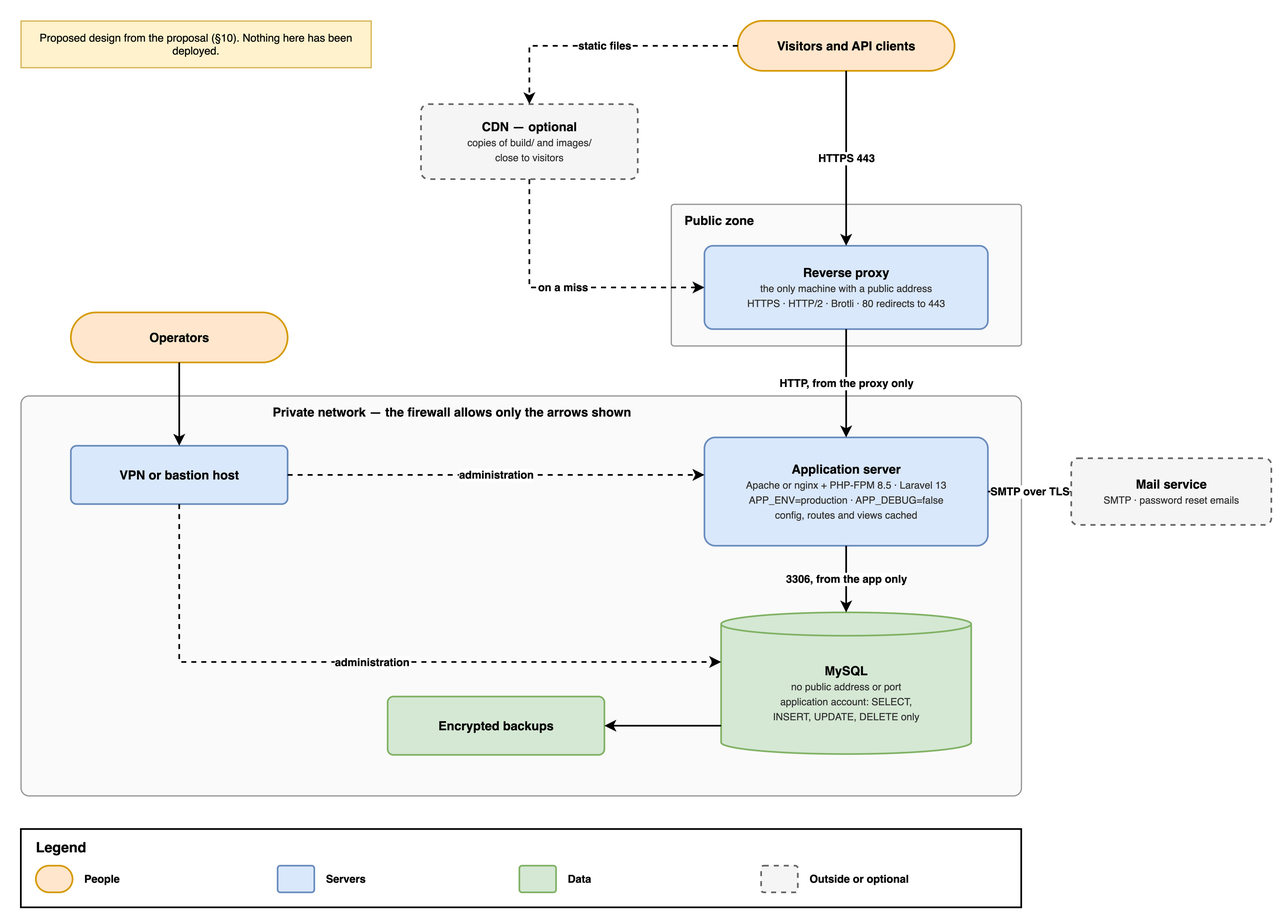
richardgong1987/CSCK543-end-assignment keeps this draw.io diagram as docs/images/architecture/7-production-deployment.png. Above is the earlier version. Source tidied: cells renumbered, new cells last; positions are measured from the earlier drawing's top-left corner, leaving out a move shared by most shapes. Its diagram source:
```xml
<mxGraphModel>
  <root>
    <mxCell id="0" />
    <mxCell id="1" parent="0" />
    <mxCell id="2" value="Proposed design from the proposal (§10). Nothing here has been deployed." style="rounded=0;whiteSpace=wrap;html=1;strokeWidth=1.5;fontSize=13;fontFamily=Helvetica;fillColor=#fff2cc;strokeColor=#d6b656;" parent="1" vertex="1">
      <mxGeometry width="420" height="56" as="geometry" />
    </mxCell>
    <mxCell id="3" value="Public zone" style="rounded=1;arcSize=2;whiteSpace=wrap;html=1;strokeWidth=1.5;fillColor=#fafafa;strokeColor=#999999;verticalAlign=top;align=left;spacingLeft=14;spacingTop=4;fontSize=15;fontStyle=1;fontFamily=Helvetica;" parent="1" vertex="1">
      <mxGeometry x="780" y="220" width="420" height="170" as="geometry" />
    </mxCell>
    <mxCell id="4" value="Private network — the firewall allows only the arrows shown" style="rounded=1;arcSize=2;whiteSpace=wrap;html=1;strokeWidth=1.5;fillColor=#fafafa;strokeColor=#999999;verticalAlign=top;align=left;spacingLeft=14;spacingTop=4;fontSize=15;fontStyle=1;fontFamily=Helvetica;spacingLeft=300;" parent="1" vertex="1">
      <mxGeometry y="450" width="1200" height="480" as="geometry" />
    </mxCell>
    <mxCell id="5" value="&lt;b&gt;Visitors and API clients&lt;/b&gt;" style="rounded=1;arcSize=50;whiteSpace=wrap;html=1;strokeWidth=2;fontSize=15;fontFamily=Helvetica;fillColor=#ffe6cc;strokeColor=#d79b00;" parent="1" vertex="1">
      <mxGeometry x="860" width="260" height="60" as="geometry" />
    </mxCell>
    <mxCell id="6" value="&lt;b&gt;CDN — optional&lt;/b&gt;&lt;br&gt;&lt;span style=&quot;font-size:12px;color:#333333&quot;&gt;copies of build/ and images/&lt;/span&gt;&lt;br&gt;&lt;span style=&quot;font-size:12px;color:#333333&quot;&gt;close to visitors&lt;/span&gt;" style="rounded=1;arcSize=10;whiteSpace=wrap;html=1;strokeWidth=2;fontSize=15;fontFamily=Helvetica;fillColor=#f5f5f5;strokeColor=#666666;dashed=1;" parent="1" vertex="1">
      <mxGeometry x="480" y="100" width="260" height="90" as="geometry" />
    </mxCell>
    <mxCell id="7" value="&lt;b&gt;Reverse proxy&lt;/b&gt;&lt;br&gt;&lt;span style=&quot;font-size:12px;color:#333333&quot;&gt;the only machine with a public address&lt;/span&gt;&lt;br&gt;&lt;span style=&quot;font-size:12px;color:#333333&quot;&gt;HTTPS · HTTP/2 · Brotli · 80 redirects to 443&lt;/span&gt;" style="rounded=1;arcSize=10;whiteSpace=wrap;html=1;strokeWidth=2;fontSize=15;fontFamily=Helvetica;fillColor=#dae8fc;strokeColor=#6c8ebf;" parent="1" vertex="1">
      <mxGeometry x="820" y="270" width="340" height="100" as="geometry" />
    </mxCell>
    <mxCell id="8" value="&lt;b&gt;Operators&lt;/b&gt;" style="rounded=1;arcSize=50;whiteSpace=wrap;html=1;strokeWidth=2;fontSize=15;fontFamily=Helvetica;fillColor=#ffe6cc;strokeColor=#d79b00;" parent="1" vertex="1">
      <mxGeometry x="60" y="350" width="260" height="60" as="geometry" />
    </mxCell>
    <mxCell id="9" value="&lt;b&gt;VPN or bastion host&lt;/b&gt;" style="rounded=1;arcSize=10;whiteSpace=wrap;html=1;strokeWidth=2;fontSize=15;fontFamily=Helvetica;fillColor=#dae8fc;strokeColor=#6c8ebf;" parent="1" vertex="1">
      <mxGeometry x="60" y="510" width="260" height="70" as="geometry" />
    </mxCell>
    <mxCell id="10" value="&lt;b&gt;Application server&lt;/b&gt;&lt;br&gt;&lt;span style=&quot;font-size:12px;color:#333333&quot;&gt;Apache or nginx + PHP-FPM 8.5 · Laravel 13&lt;/span&gt;&lt;br&gt;&lt;span style=&quot;font-size:12px;color:#333333&quot;&gt;APP_ENV=production · APP_DEBUG=false&lt;/span&gt;&lt;br&gt;&lt;span style=&quot;font-size:12px;color:#333333&quot;&gt;config, routes and views cached&lt;/span&gt;" style="rounded=1;arcSize=10;whiteSpace=wrap;html=1;strokeWidth=2;fontSize=15;fontFamily=Helvetica;fillColor=#dae8fc;strokeColor=#6c8ebf;" parent="1" vertex="1">
      <mxGeometry x="820" y="500" width="340" height="130" as="geometry" />
    </mxCell>
    <mxCell id="11" value="&lt;b&gt;MySQL&lt;/b&gt;&lt;br&gt;&lt;span style=&quot;font-size:12px;color:#333333&quot;&gt;no public address or port&lt;/span&gt;&lt;br&gt;&lt;span style=&quot;font-size:12px;color:#333333&quot;&gt;application account: SELECT,&lt;/span&gt;&lt;br&gt;&lt;span style=&quot;font-size:12px;color:#333333&quot;&gt;INSERT, UPDATE, DELETE only&lt;/span&gt;" style="shape=cylinder3;boundedLbl=1;backgroundOutline=1;size=14;whiteSpace=wrap;html=1;strokeWidth=2;fontSize=15;fontFamily=Helvetica;fillColor=#d5e8d4;strokeColor=#82b366;" parent="1" vertex="1">
      <mxGeometry x="840" y="710" width="300" height="170" as="geometry" />
    </mxCell>
    <mxCell id="12" value="&lt;b&gt;Encrypted backups&lt;/b&gt;" style="rounded=1;arcSize=10;whiteSpace=wrap;html=1;strokeWidth=2;fontSize=15;fontFamily=Helvetica;fillColor=#d5e8d4;strokeColor=#82b366;" parent="1" vertex="1">
      <mxGeometry x="440" y="811" width="260" height="70" as="geometry" />
    </mxCell>
    <mxCell id="13" value="&lt;b&gt;Mail service&lt;/b&gt;&lt;br&gt;&lt;span style=&quot;font-size:12px;color:#333333&quot;&gt;SMTP · password reset emails&lt;/span&gt;" style="rounded=1;arcSize=10;whiteSpace=wrap;html=1;strokeWidth=2;fontSize=15;fontFamily=Helvetica;fillColor=#f5f5f5;strokeColor=#666666;dashed=1;" parent="1" vertex="1">
      <mxGeometry x="1260" y="525" width="240" height="80" as="geometry" />
    </mxCell>
    <mxCell id="14" value="HTTPS 443" style="edgeStyle=orthogonalEdgeStyle;rounded=0;html=1;endArrow=classic;endFill=1;endSize=8;strokeWidth=2;fontStyle=1;fontSize=13;labelBackgroundColor=#ffffff;fontFamily=Helvetica;exitX=0.5;exitY=1;entryX=0.5;entryY=0;" parent="1" edge="1" source="5" target="7">
      <mxGeometry relative="1" as="geometry" />
    </mxCell>
    <mxCell id="15" value="static files" style="edgeStyle=orthogonalEdgeStyle;rounded=0;html=1;endArrow=classic;endFill=1;endSize=8;strokeWidth=2;fontStyle=1;fontSize=13;labelBackgroundColor=#ffffff;fontFamily=Helvetica;dashed=1;exitX=0;exitY=0.5;entryX=0.5;entryY=0;" parent="1" edge="1" source="5" target="6">
      <mxGeometry relative="1" as="geometry">
        <Array as="points">
          <mxPoint x="610" y="30" />
        </Array>
      </mxGeometry>
    </mxCell>
    <mxCell id="16" value="on a miss" style="edgeStyle=orthogonalEdgeStyle;rounded=0;html=1;endArrow=classic;endFill=1;endSize=8;strokeWidth=2;fontStyle=1;fontSize=13;labelBackgroundColor=#ffffff;fontFamily=Helvetica;dashed=1;exitX=0.5;exitY=1;entryX=0;entryY=0.5;" parent="1" edge="1" source="6" target="7">
      <mxGeometry relative="1" as="geometry">
        <Array as="points">
          <mxPoint x="610" y="320" />
        </Array>
      </mxGeometry>
    </mxCell>
    <mxCell id="17" value="HTTP, from the proxy only" style="edgeStyle=orthogonalEdgeStyle;rounded=0;html=1;endArrow=classic;endFill=1;endSize=8;strokeWidth=2;fontStyle=1;fontSize=13;labelBackgroundColor=#ffffff;fontFamily=Helvetica;exitX=0.5;exitY=1;entryX=0.5;entryY=0;" parent="1" edge="1" source="7" target="10">
      <mxGeometry relative="1" as="geometry" />
    </mxCell>
    <mxCell id="18" value="3306, from the app only" style="edgeStyle=orthogonalEdgeStyle;rounded=0;html=1;endArrow=classic;endFill=1;endSize=8;strokeWidth=2;fontStyle=1;fontSize=13;labelBackgroundColor=#ffffff;fontFamily=Helvetica;exitX=0.5;exitY=1;entryX=0.5;entryY=0;" parent="1" edge="1" source="10" target="11">
      <mxGeometry relative="1" as="geometry" />
    </mxCell>
    <mxCell id="19" style="edgeStyle=orthogonalEdgeStyle;rounded=0;html=1;endArrow=classic;endFill=1;endSize=8;strokeWidth=2;fontStyle=1;fontSize=13;labelBackgroundColor=#ffffff;fontFamily=Helvetica;exitX=0;exitY=0.8;entryX=1;entryY=0.5;" parent="1" edge="1" source="11" target="12">
      <mxGeometry relative="1" as="geometry" />
    </mxCell>
    <mxCell id="20" value="SMTP over TLS" style="edgeStyle=orthogonalEdgeStyle;rounded=0;html=1;endArrow=classic;endFill=1;endSize=8;strokeWidth=2;fontStyle=1;fontSize=13;labelBackgroundColor=#ffffff;fontFamily=Helvetica;exitX=1;exitY=0.5;entryX=0;entryY=0.5;" parent="1" edge="1" source="10" target="13">
      <mxGeometry relative="1" as="geometry" />
    </mxCell>
    <mxCell id="21" style="edgeStyle=orthogonalEdgeStyle;rounded=0;html=1;endArrow=classic;endFill=1;endSize=8;strokeWidth=2;fontStyle=1;fontSize=13;labelBackgroundColor=#ffffff;fontFamily=Helvetica;exitX=0.5;exitY=1;entryX=0.5;entryY=0;" parent="1" edge="1" source="8" target="9">
      <mxGeometry relative="1" as="geometry" />
    </mxCell>
    <mxCell id="22" value="administration" style="edgeStyle=orthogonalEdgeStyle;rounded=0;html=1;endArrow=classic;endFill=1;endSize=8;strokeWidth=2;fontStyle=1;fontSize=13;labelBackgroundColor=#ffffff;fontFamily=Helvetica;dashed=1;exitX=1;exitY=0.5;entryX=0;entryY=0.346;" parent="1" edge="1" source="9" target="10">
      <mxGeometry relative="1" as="geometry" />
    </mxCell>
    <mxCell id="23" value="administration" style="edgeStyle=orthogonalEdgeStyle;rounded=0;html=1;endArrow=classic;endFill=1;endSize=8;strokeWidth=2;fontStyle=1;fontSize=13;labelBackgroundColor=#ffffff;fontFamily=Helvetica;dashed=1;exitX=0.5;exitY=1;entryX=0;entryY=0.35;" parent="1" edge="1" source="9" target="11">
      <mxGeometry relative="1" as="geometry">
        <Array as="points">
          <mxPoint x="190" y="770" />
        </Array>
      </mxGeometry>
    </mxCell>
    <mxCell id="24" style="rounded=0;whiteSpace=wrap;html=1;strokeWidth=2;fillColor=#ffffff;" parent="1" vertex="1">
      <mxGeometry y="970" width="1200" height="94" as="geometry" />
    </mxCell>
    <mxCell id="25" value="Legend" style="text;html=1;align=left;verticalAlign=middle;whiteSpace=wrap;fontSize=13;fontStyle=1;fontFamily=Helvetica;fontSize=17;" parent="1" vertex="1">
      <mxGeometry x="16" y="978" width="120" height="28" as="geometry" />
    </mxCell>
    <mxCell id="26" style="rounded=1;arcSize=50;whiteSpace=wrap;html=1;strokeWidth=2;fontSize=15;fontFamily=Helvetica;fillColor=#ffe6cc;strokeColor=#d79b00;" parent="1" vertex="1">
      <mxGeometry x="18" y="1014" width="44" height="32" as="geometry" />
    </mxCell>
    <mxCell id="27" value="People" style="text;html=1;align=left;verticalAlign=middle;whiteSpace=wrap;fontSize=13;fontStyle=1;fontFamily=Helvetica;" parent="1" vertex="1">
      <mxGeometry x="74" y="1010" width="226" height="40" as="geometry" />
    </mxCell>
    <mxCell id="28" style="rounded=1;arcSize=10;whiteSpace=wrap;html=1;strokeWidth=2;fontSize=15;fontFamily=Helvetica;fillColor=#dae8fc;strokeColor=#6c8ebf;" parent="1" vertex="1">
      <mxGeometry x="308" y="1014" width="44" height="32" as="geometry" />
    </mxCell>
    <mxCell id="29" value="Servers" style="text;html=1;align=left;verticalAlign=middle;whiteSpace=wrap;fontSize=13;fontStyle=1;fontFamily=Helvetica;" parent="1" vertex="1">
      <mxGeometry x="364" y="1010" width="226" height="40" as="geometry" />
    </mxCell>
    <mxCell id="30" style="rounded=1;arcSize=10;whiteSpace=wrap;html=1;strokeWidth=2;fontSize=15;fontFamily=Helvetica;fillColor=#d5e8d4;strokeColor=#82b366;" parent="1" vertex="1">
      <mxGeometry x="598" y="1014" width="44" height="32" as="geometry" />
    </mxCell>
    <mxCell id="31" value="Data" style="text;html=1;align=left;verticalAlign=middle;whiteSpace=wrap;fontSize=13;fontStyle=1;fontFamily=Helvetica;" parent="1" vertex="1">
      <mxGeometry x="654" y="1010" width="226" height="40" as="geometry" />
    </mxCell>
    <mxCell id="32" style="rounded=1;arcSize=10;whiteSpace=wrap;html=1;strokeWidth=2;fontSize=15;fontFamily=Helvetica;fillColor=#f5f5f5;strokeColor=#666666;dashed=1;" parent="1" vertex="1">
      <mxGeometry x="888" y="1014" width="44" height="32" as="geometry" />
    </mxCell>
    <mxCell id="33" value="Outside or optional" style="text;html=1;align=left;verticalAlign=middle;whiteSpace=wrap;fontSize=13;fontStyle=1;fontFamily=Helvetica;" parent="1" vertex="1">
      <mxGeometry x="944" y="1010" width="226" height="40" as="geometry" />
    </mxCell>
  </root>
</mxGraphModel>
```
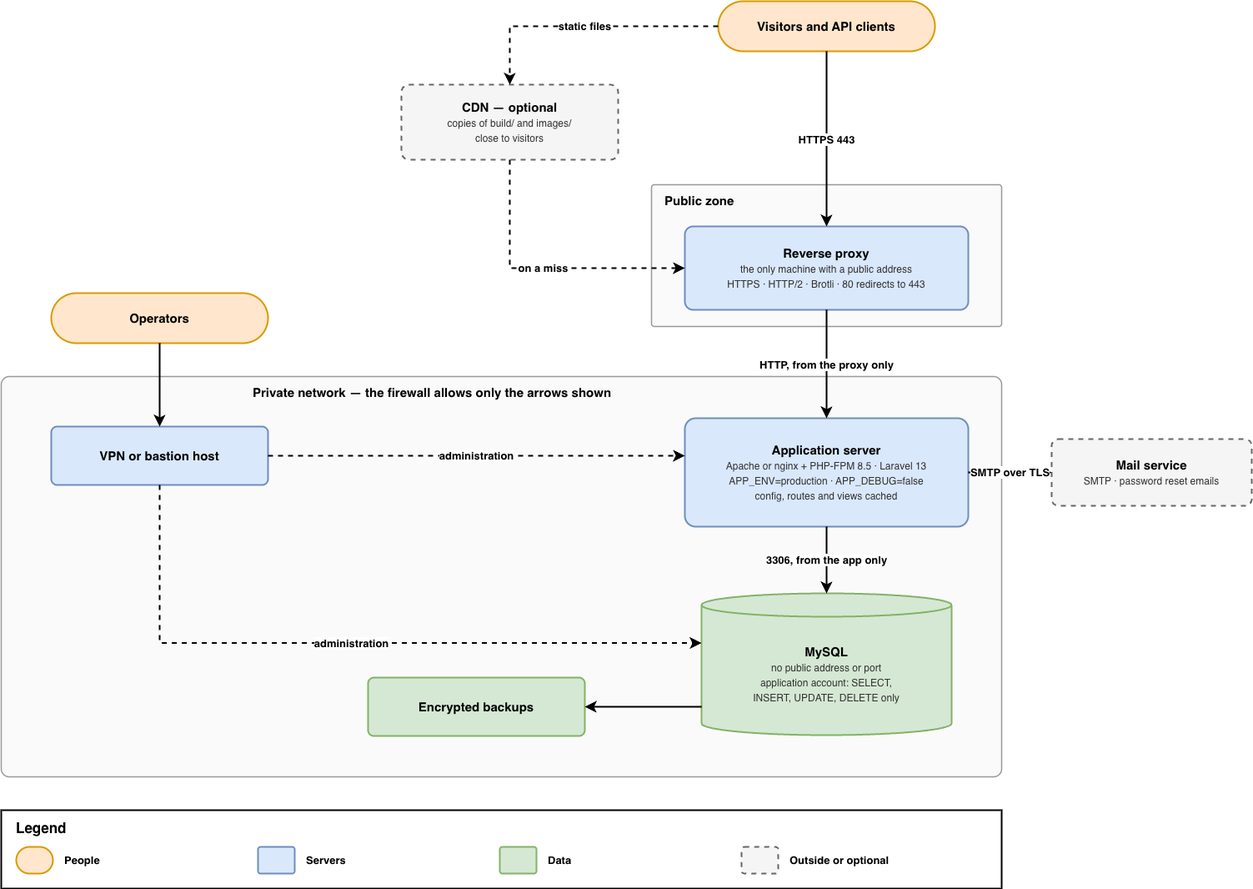
Above is the later version.

The edit, as a diff of the source:
```diff
@@ -2,9 +2,6 @@
   <root>
     <mxCell id="0" />
     <mxCell id="1" parent="0" />
-    <mxCell id="2" value="Proposed design from the proposal (§10). Nothing here has been deployed." style="rounded=0;whiteSpace=wrap;html=1;strokeWidth=1.5;fontSize=13;fontFamily=Helvetica;fillColor=#fff2cc;strokeColor=#d6b656;" parent="1" vertex="1">
-      <mxGeometry width="420" height="56" as="geometry" />
-    </mxCell>
     <mxCell id="3" value="Public zone" style="rounded=1;arcSize=2;whiteSpace=wrap;html=1;strokeWidth=1.5;fillColor=#fafafa;strokeColor=#999999;verticalAlign=top;align=left;spacingLeft=14;spacingTop=4;fontSize=15;fontStyle=1;fontFamily=Helvetica;" parent="1" vertex="1">
       <mxGeometry x="780" y="220" width="420" height="170" as="geometry" />
     </mxCell>
```
